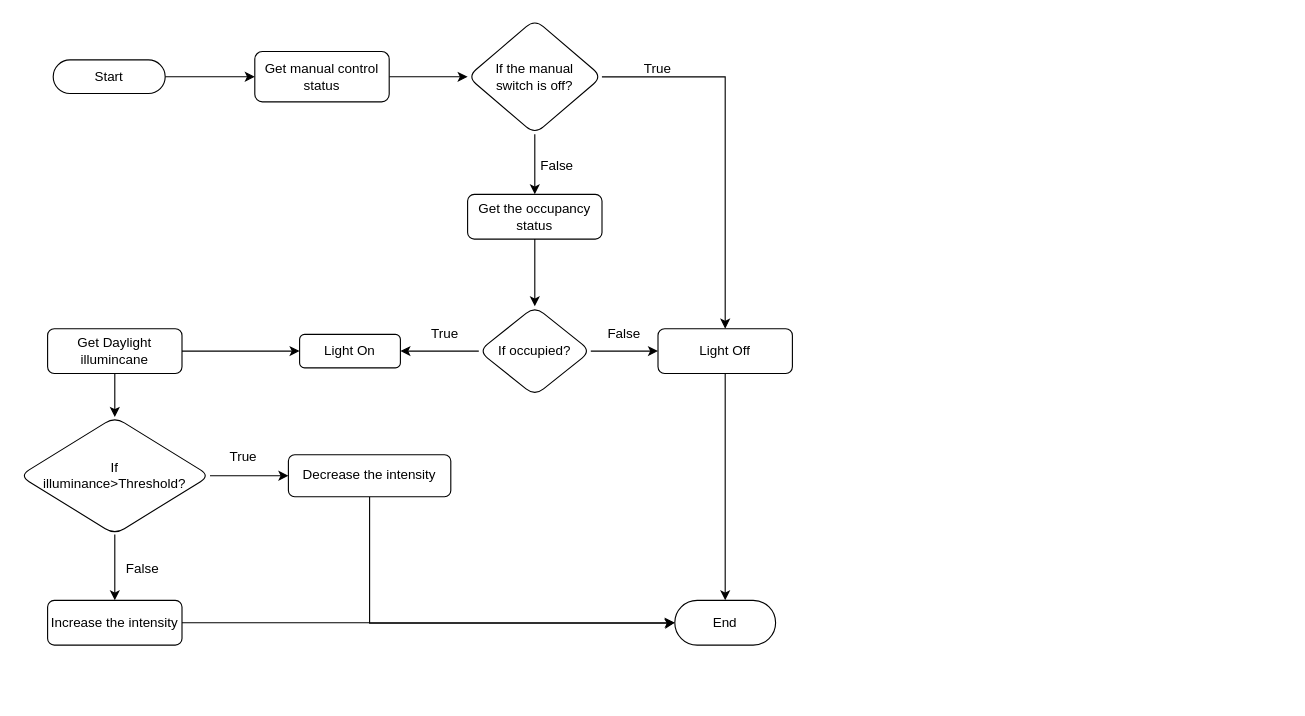
Before: Group_G/_flows/Occupancy-Based Light Control.drawio in cepdnaclk/e17-co326-Smart-Building, a draw.io diagram. Source tidied: cells renumbered, new cells numbered last; positions are measured from the earlier drawing's top-left corner, leaving out a move shared by most shapes. Both pictures are drawn from the tidied source at 112%, with x=0, y=0 at pixel (19, 19).
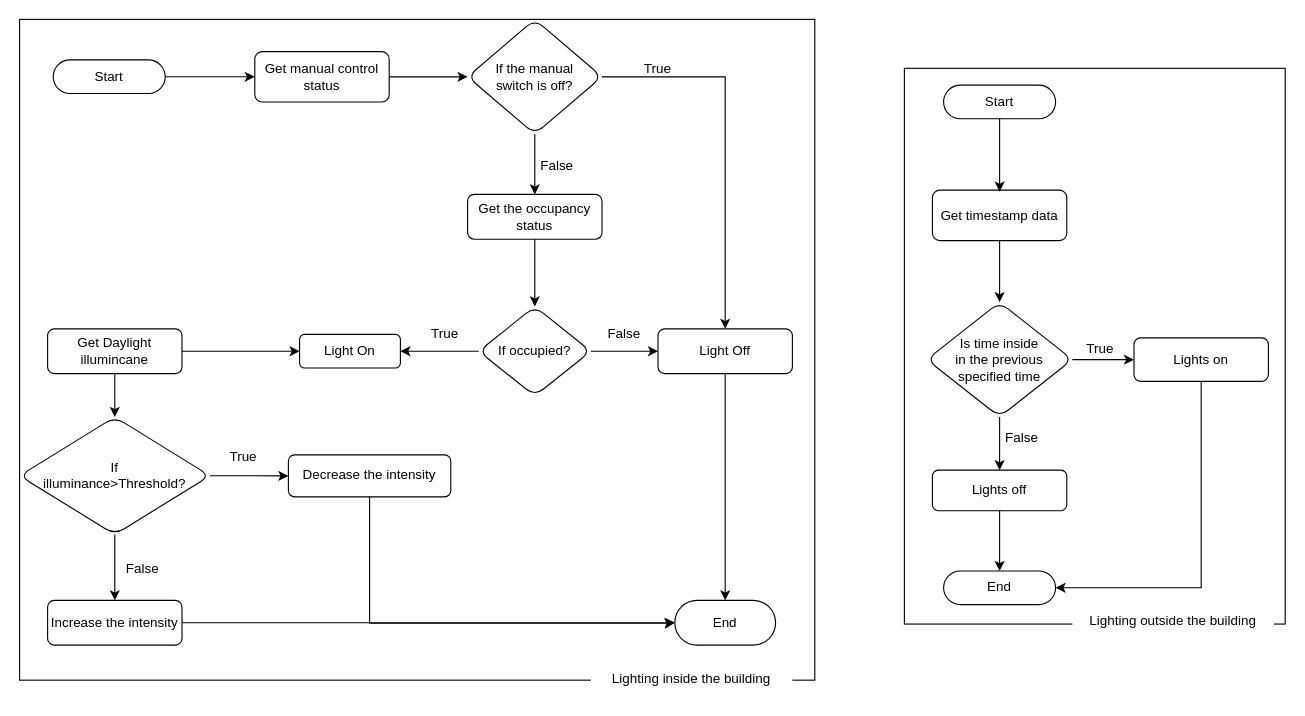
Above is the later version.

What changed in the source:
```diff
@@
+    <mxCell id="34" style="rounded=0;whiteSpace=wrap;html=1;shadow=0;fillColor=none;" parent="1" vertex="1">
+      <mxGeometry x="790" y="43.5" width="340" height="496.2" as="geometry" />
+    </mxCell>
+    <mxCell id="35" style="rounded=0;whiteSpace=wrap;html=1;shadow=0;fillColor=none;" parent="1" vertex="1">
+      <mxGeometry y="-0.2" width="710" height="590" as="geometry" />
+    </mxCell>
@@
-    <mxCell id="3" value="Start" style="rounded=1;whiteSpace=wrap;html=1;arcSize=50;" parent="1" vertex="1">
+    <mxCell id="3" value="Start" style="rounded=1;whiteSpace=wrap;html=1;arcSize=50;fillColor=none;" parent="1" vertex="1">
       <mxGeometry x="30" y="36" width="100" height="30" as="geometry" />
     </mxCell>
@@
-    <mxCell id="5" value="Get manual control status" style="rounded=1;whiteSpace=wrap;html=1;" parent="1" vertex="1">
-      <mxGeometry x="210" y="28.5" width="120" height="45" as="geometry" />
+    <mxCell id="5" value="Get manual control status" style="rounded=1;whiteSpace=wrap;html=1;gradientColor=none;fillColor=none;" parent="1" vertex="1">
+      <mxGeometry x="210" y="28.6" width="120" height="45" as="geometry" />
     </mxCell>
@@
-    <mxCell id="8" value="If the manual&lt;br&gt;switch is off?" style="rhombus;whiteSpace=wrap;html=1;rounded=1;" parent="1" vertex="1">
+    <mxCell id="8" value="If the manual&lt;br&gt;switch is off?" style="rhombus;whiteSpace=wrap;html=1;rounded=1;fillColor=none;" parent="1" vertex="1">
       <mxGeometry x="400" y="-0.2" width="120" height="102.5" as="geometry" />
     </mxCell>
@@
-    <mxCell id="10" value="Light Off" style="whiteSpace=wrap;html=1;rounded=1;" parent="1" vertex="1">
-      <mxGeometry x="570" y="276" width="120" height="40" as="geometry" />
+    <mxCell id="10" value="Light Off" style="whiteSpace=wrap;html=1;rounded=1;fillColor=none;" parent="1" vertex="1">
+      <mxGeometry x="570" y="276.1" width="120" height="40" as="geometry" />
     </mxCell>
     <mxCell id="11" value="True" style="text;html=1;strokeColor=none;fillColor=none;align=center;verticalAlign=middle;whiteSpace=wrap;rounded=0;" parent="1" vertex="1">
-      <mxGeometry x="540" y="28.5" width="60" height="30" as="geometry" />
+      <mxGeometry x="540" y="28.6" width="60" height="30" as="geometry" />
     </mxCell>
@@
-    <mxCell id="13" value="Get the occupancy status" style="whiteSpace=wrap;html=1;rounded=1;" parent="1" vertex="1">
-      <mxGeometry x="400" y="156" width="120" height="40" as="geometry" />
+    <mxCell id="13" value="Get the occupancy status" style="whiteSpace=wrap;html=1;rounded=1;fillColor=none;" parent="1" vertex="1">
+      <mxGeometry x="400" y="156.1" width="120" height="40" as="geometry" />
     </mxCell>
@@
-    <mxCell id="17" value="If occupied?" style="rhombus;whiteSpace=wrap;html=1;rounded=1;" parent="1" vertex="1">
-      <mxGeometry x="410" y="256" width="100" height="80" as="geometry" />
+    <mxCell id="17" value="If occupied?" style="rhombus;whiteSpace=wrap;html=1;rounded=1;fillColor=none;" parent="1" vertex="1">
+      <mxGeometry x="410" y="256.1" width="100" height="80" as="geometry" />
     </mxCell>
     <mxCell id="18" value="False" style="text;html=1;strokeColor=none;fillColor=none;align=center;verticalAlign=middle;whiteSpace=wrap;rounded=0;" parent="1" vertex="1">
-      <mxGeometry x="510" y="266" width="60" height="30" as="geometry" />
+      <mxGeometry x="510" y="266.1" width="60" height="30" as="geometry" />
     </mxCell>
@@
-    <mxCell id="21" value="Get Daylight illumincane" style="whiteSpace=wrap;html=1;rounded=1;" parent="1" vertex="1">
-      <mxGeometry x="25" y="276" width="120" height="40" as="geometry" />
+    <mxCell id="21" value="Get Daylight illumincane" style="whiteSpace=wrap;html=1;rounded=1;fillColor=none;" parent="1" vertex="1">
+      <mxGeometry x="25" y="276.1" width="120" height="40" as="geometry" />
     </mxCell>
     <mxCell id="22" value="True" style="text;html=1;strokeColor=none;fillColor=none;align=center;verticalAlign=middle;whiteSpace=wrap;rounded=0;" parent="1" vertex="1">
-      <mxGeometry x="350" y="266" width="60" height="30" as="geometry" />
+      <mxGeometry x="350" y="266.1" width="60" height="30" as="geometry" />
     </mxCell>
@@
-    <mxCell id="25" value="If&lt;br&gt;illuminance&amp;gt;Threshold?" style="rhombus;whiteSpace=wrap;html=1;rounded=1;" parent="1" vertex="1">
+    <mxCell id="25" value="If&lt;br&gt;illuminance&amp;gt;Threshold?" style="rhombus;whiteSpace=wrap;html=1;rounded=1;gradientColor=default;fillColor=none;" parent="1" vertex="1">
       <mxGeometry y="354.8" width="170" height="105" as="geometry" />
     </mxCell>
@@
-    <mxCell id="27" value="Increase the intensity" style="whiteSpace=wrap;html=1;rounded=1;" parent="1" vertex="1">
+    <mxCell id="27" value="Increase the intensity" style="whiteSpace=wrap;html=1;rounded=1;fillColor=none;" parent="1" vertex="1">
       <mxGeometry x="25" y="518.5" width="120" height="40" as="geometry" />
     </mxCell>
-    <mxCell id="28" value="Light On" style="whiteSpace=wrap;html=1;rounded=1;" parent="1" vertex="1">
-      <mxGeometry x="250" y="281" width="90" height="30" as="geometry" />
+    <mxCell id="28" value="Light On" style="whiteSpace=wrap;html=1;rounded=1;fillColor=none;" parent="1" vertex="1">
+      <mxGeometry x="250" y="281.1" width="90" height="30" as="geometry" />
     </mxCell>
@@
-    <mxCell id="30" value="Decrease the intensity" style="whiteSpace=wrap;html=1;rounded=1;" parent="1" vertex="1">
-      <mxGeometry x="240" y="388.5" width="145" height="37.5" as="geometry" />
+    <mxCell id="30" value="Decrease the intensity" style="whiteSpace=wrap;html=1;rounded=1;fillColor=none;" parent="1" vertex="1">
+      <mxGeometry x="240" y="388.6" width="145" height="37.5" as="geometry" />
     </mxCell>
-    <mxCell id="31" value="End" style="whiteSpace=wrap;html=1;rounded=1;arcSize=50;" parent="1" vertex="1">
+    <mxCell id="31" value="End" style="whiteSpace=wrap;html=1;rounded=1;arcSize=50;fillColor=none;" parent="1" vertex="1">
       <mxGeometry x="585" y="518.5" width="90" height="40" as="geometry" />
     </mxCell>
     <mxCell id="32" value="True" style="text;html=1;strokeColor=none;fillColor=none;align=center;verticalAlign=middle;whiteSpace=wrap;rounded=0;" parent="1" vertex="1">
-      <mxGeometry x="170" y="376" width="60" height="30" as="geometry" />
+      <mxGeometry x="170" y="376.1" width="60" height="30" as="geometry" />
     </mxCell>
     <mxCell id="33" value="False" style="text;html=1;strokeColor=none;fillColor=none;align=center;verticalAlign=middle;whiteSpace=wrap;rounded=0;" parent="1" vertex="1">
-      <mxGeometry x="80" y="476" width="60" height="30" as="geometry" />
+      <mxGeometry x="80" y="476.1" width="60" height="30" as="geometry" />
     </mxCell>
+    <mxCell id="36" value="Lighting inside the building" style="text;html=1;strokeColor=none;fillColor=default;align=center;verticalAlign=middle;whiteSpace=wrap;rounded=0;shadow=0;" parent="1" vertex="1">
+      <mxGeometry x="510" y="573.8" width="180" height="30" as="geometry" />
+    </mxCell>
+    <mxCell id="37" style="edgeStyle=orthogonalEdgeStyle;rounded=0;jettySize=auto;html=1;" parent="1" edge="1" source="38">
+      <mxGeometry relative="1" as="geometry">
+        <mxPoint x="875" y="153.6" as="targetPoint" />
+      </mxGeometry>
+    </mxCell>
+    <mxCell id="38" value="Start" style="rounded=1;whiteSpace=wrap;html=1;arcSize=50;fillColor=none;" parent="1" vertex="1">
+      <mxGeometry x="825" y="58.5" width="100" height="30" as="geometry" />
+    </mxCell>
+    <mxCell id="39" style="edgeStyle=orthogonalEdgeStyle;rounded=0;jettySize=auto;html=1;" parent="1" edge="1" source="40" target="43">
+      <mxGeometry relative="1" as="geometry" />
+    </mxCell>
+    <mxCell id="40" value="Get timestamp data" style="rounded=1;whiteSpace=wrap;html=1;fillColor=none;" parent="1" vertex="1">
+      <mxGeometry x="815" y="152.3" width="120" height="45" as="geometry" />
+    </mxCell>
+    <mxCell id="41" style="edgeStyle=orthogonalEdgeStyle;rounded=0;jettySize=auto;html=1;" parent="1" edge="1" source="43" target="45">
+      <mxGeometry relative="1" as="geometry" />
+    </mxCell>
+    <mxCell id="42" style="edgeStyle=orthogonalEdgeStyle;rounded=0;jettySize=auto;html=1;" parent="1" edge="1" source="43" target="47">
+      <mxGeometry relative="1" as="geometry" />
+    </mxCell>
+    <mxCell id="43" value="Is time inside &lt;br&gt;in the previous&lt;br&gt;specified time" style="rhombus;whiteSpace=wrap;html=1;rounded=1;fillColor=none;" parent="1" vertex="1">
+      <mxGeometry x="810" y="252.3" width="130" height="102.5" as="geometry" />
+    </mxCell>
+    <mxCell id="44" style="edgeStyle=orthogonalEdgeStyle;rounded=0;jettySize=auto;html=1;entryX=0.5;entryY=0;entryDx=0;entryDy=0;" parent="1" edge="1" source="45" target="50">
+      <mxGeometry relative="1" as="geometry" />
+    </mxCell>
+    <mxCell id="45" value="Lights off" style="whiteSpace=wrap;html=1;rounded=1;fillColor=none;" parent="1" vertex="1">
+      <mxGeometry x="815" y="402.3" width="120" height="36.2" as="geometry" />
+    </mxCell>
+    <mxCell id="46" style="edgeStyle=orthogonalEdgeStyle;rounded=0;jettySize=auto;html=1;entryX=1;entryY=0.5;entryDx=0;entryDy=0;" parent="1" edge="1" source="47" target="50">
+      <mxGeometry relative="1" as="geometry">
+        <Array as="points">
+          <mxPoint x="1055" y="507.3" />
+        </Array>
+      </mxGeometry>
+    </mxCell>
+    <mxCell id="47" value="Lights on" style="whiteSpace=wrap;html=1;rounded=1;fillColor=none;" parent="1" vertex="1">
+      <mxGeometry x="995" y="284.2" width="120" height="38.8" as="geometry" />
+    </mxCell>
+    <mxCell id="48" value="False" style="text;html=1;strokeColor=none;fillColor=none;align=center;verticalAlign=middle;whiteSpace=wrap;rounded=0;" parent="1" vertex="1">
+      <mxGeometry x="865" y="358.6" width="60" height="30" as="geometry" />
+    </mxCell>
+    <mxCell id="49" value="True" style="text;html=1;strokeColor=none;fillColor=none;align=center;verticalAlign=middle;whiteSpace=wrap;rounded=0;" parent="1" vertex="1">
+      <mxGeometry x="935" y="278.6" width="60" height="30" as="geometry" />
+    </mxCell>
+    <mxCell id="50" value="End" style="rounded=1;whiteSpace=wrap;html=1;arcSize=50;fillColor=none;" parent="1" vertex="1">
+      <mxGeometry x="825" y="492.3" width="100" height="30" as="geometry" />
+    </mxCell>
+    <mxCell id="51" value="Lighting outside the building" style="text;html=1;strokeColor=none;fillColor=default;align=center;verticalAlign=middle;whiteSpace=wrap;rounded=0;shadow=0;" parent="1" vertex="1">
+      <mxGeometry x="940" y="522.3" width="180" height="30" as="geometry" />
+    </mxCell>
```
